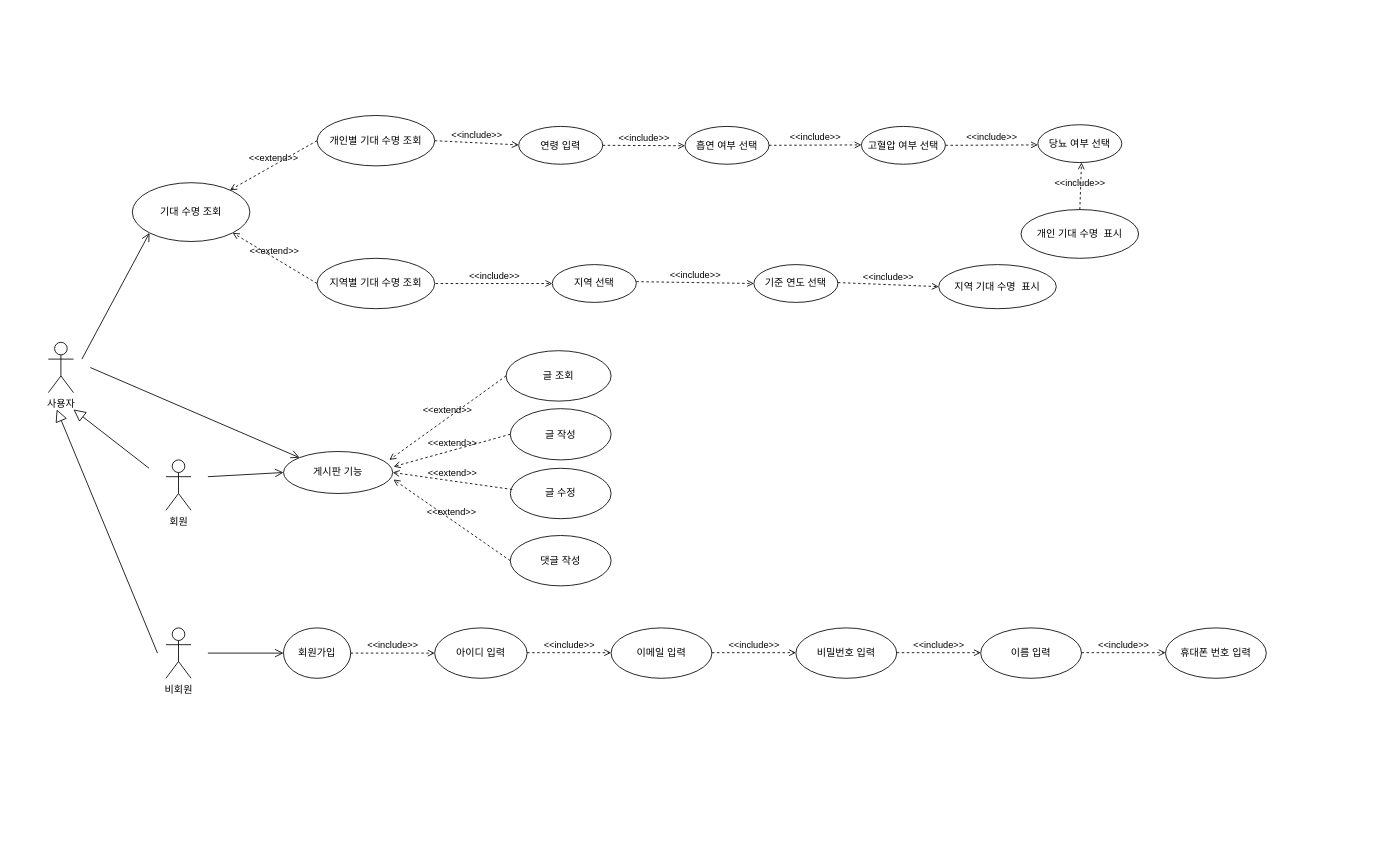
Before: project_1/6. 포트폴리오/Usecase Diagram/Usecase Diagram(Board 추가).drawio in p1p2p1/Project_DLT, a draw.io diagram. Source tidied: cells renumbered, new cells numbered last; positions are measured from the earlier drawing's top-left corner, leaving out a move shared by most shapes. Both pictures are drawn from the tidied source at 84%, with x=0, y=0 at pixel (48, 115).
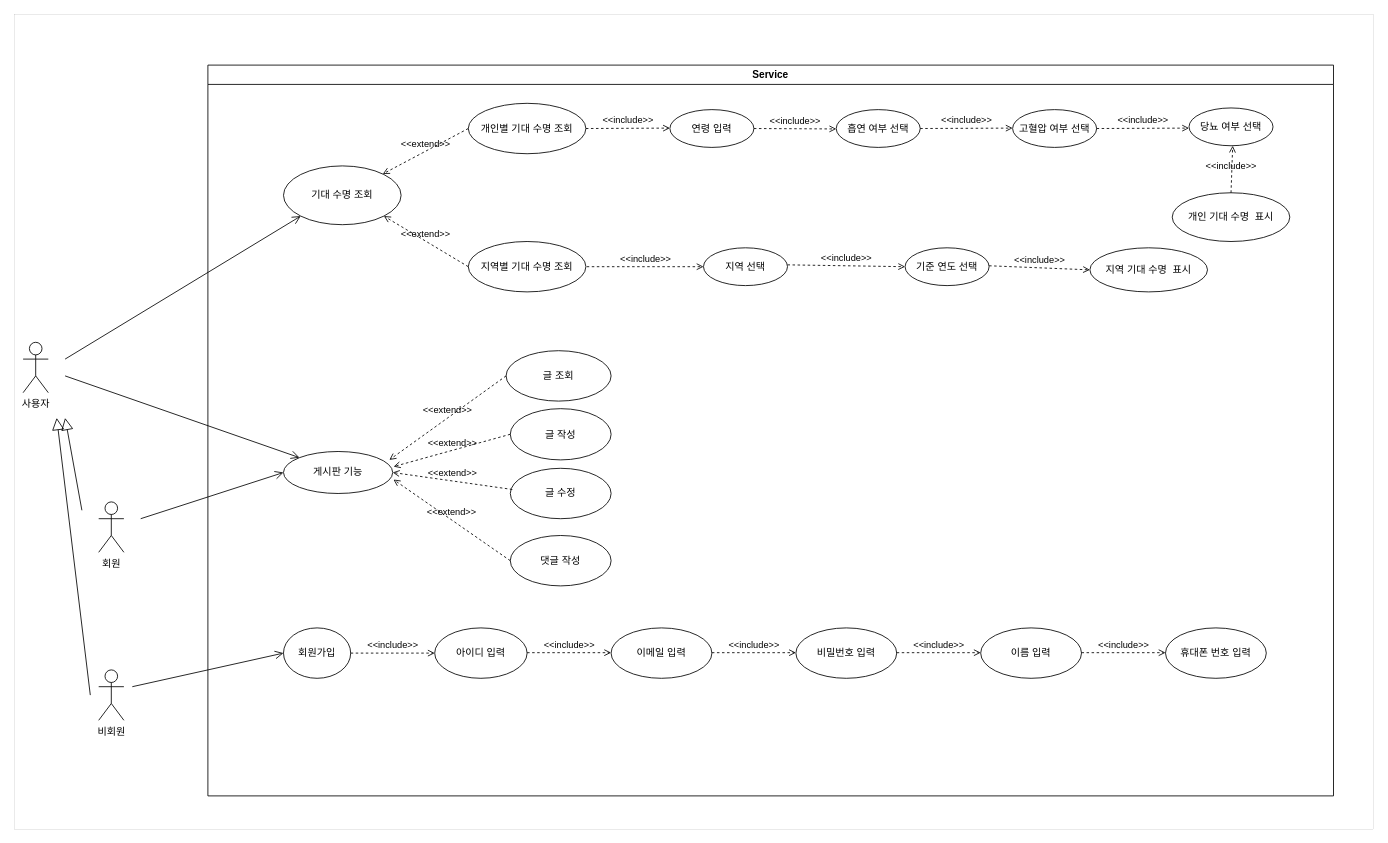
After the change.

Commit message (it also covers changes not shown here):
Usecase Diagram update

The change refers to these unchanged cells:
```xml
<mxCell id="29" value="회원가입" style="ellipse;whiteSpace=wrap;html=1;" parent="1" vertex="1">
  <mxGeometry x="280" y="610" width="80" height="60" as="geometry" />
</mxCell>
<mxCell id="31" value="게시판 기능" style="ellipse;whiteSpace=wrap;html=1;" parent="1" vertex="1">
  <mxGeometry x="280" y="400" width="130" height="50" as="geometry" />
</mxCell>
```

The edit, as a diff of the source:
```diff
@@
+    <mxCell id="52" style="rounded=0;whiteSpace=wrap;html=1;strokeWidth=0;" parent="1" vertex="1">
+      <mxGeometry x="-40" y="-120" width="1618" height="970" as="geometry" />
+    </mxCell>
+    <mxCell id="53" value="Service" style="swimlane;whiteSpace=wrap;html=1;" parent="1" vertex="1">
+      <mxGeometry x="190" y="-60" width="1340" height="870" as="geometry" />
+    </mxCell>
+    <mxCell id="7" value="개인별 기대 수명 조회" style="ellipse;whiteSpace=wrap;html=1;" parent="53" vertex="1">
+      <mxGeometry x="310" y="45.5" width="140" height="60" as="geometry" />
+    </mxCell>
     <mxCell id="2" value="사용자" style="shape=umlActor;verticalLabelPosition=bottom;verticalAlign=top;html=1;" parent="1" vertex="1">
-      <mxGeometry y="270" width="30" height="60" as="geometry" />
+      <mxGeometry x="-30" y="270" width="30" height="60" as="geometry" />
     </mxCell>
     <mxCell id="3" value="지역별 기대 수명 조회" style="ellipse;whiteSpace=wrap;html=1;" parent="1" vertex="1">
-      <mxGeometry x="320" y="170" width="140" height="60" as="geometry" />
+      <mxGeometry x="500" y="150" width="140" height="60" as="geometry" />
     </mxCell>
     <mxCell id="4" value="지역 선택" style="ellipse;whiteSpace=wrap;html=1;" parent="1" vertex="1">
-      <mxGeometry x="600" y="177.5" width="100" height="45" as="geometry" />
+      <mxGeometry x="780" y="157.5" width="100" height="45" as="geometry" />
     </mxCell>
     <mxCell id="5" value="&amp;lt;&amp;lt;include&amp;gt;&amp;gt;" style="html=1;verticalAlign=bottom;labelBackgroundColor=none;endArrow=open;endFill=0;dashed=1;rounded=0;entryX=0;entryY=0.5;entryDx=0;entryDy=0;" parent="1" edge="1" target="4">
       <mxGeometry relative="1" as="geometry">
-        <mxPoint x="461" y="200" as="sourcePoint" />
+        <mxPoint x="641" y="180" as="sourcePoint" />
       </mxGeometry>
     </mxCell>
     <mxCell id="6" value="기준 연도 선택" style="ellipse;whiteSpace=wrap;html=1;" parent="1" vertex="1">
-      <mxGeometry x="840" y="177.5" width="100" height="45" as="geometry" />
+      <mxGeometry x="1020" y="157.5" width="100" height="45" as="geometry" />
     </mxCell>
-    <mxCell id="7" value="개인별 기대 수명 조회" style="ellipse;whiteSpace=wrap;html=1;" parent="1" vertex="1">
-      <mxGeometry x="320" width="140" height="60" as="geometry" />
-    </mxCell>
     <mxCell id="8" value="&amp;lt;&amp;lt;include&amp;gt;&amp;gt;" style="html=1;verticalAlign=bottom;labelBackgroundColor=none;endArrow=open;endFill=0;dashed=1;rounded=0;exitX=1;exitY=0.5;exitDx=0;exitDy=0;" parent="1" edge="1" source="7">
       <mxGeometry relative="1" as="geometry">
-        <mxPoint x="560" y="35" as="targetPoint" />
+        <mxPoint x="740" y="15" as="targetPoint" />
       </mxGeometry>
     </mxCell>
     <mxCell id="9" value="연령 입력" style="ellipse;whiteSpace=wrap;html=1;" parent="1" vertex="1">
-      <mxGeometry x="560" y="13" width="100" height="45" as="geometry" />
+      <mxGeometry x="740" y="-7" width="100" height="45" as="geometry" />
     </mxCell>
     <mxCell id="10" value="&amp;lt;&amp;lt;include&amp;gt;&amp;gt;" style="html=1;verticalAlign=bottom;labelBackgroundColor=none;endArrow=open;endFill=0;dashed=1;rounded=0;exitX=1;exitY=0.5;exitDx=0;exitDy=0;" parent="1" edge="1" source="9">
       <mxGeometry relative="1" as="geometry">
-        <mxPoint x="758" y="36" as="targetPoint" />
+        <mxPoint x="938" y="16" as="targetPoint" />
       </mxGeometry>
     </mxCell>
     <mxCell id="11" value="흡연 여부 선택" style="ellipse;whiteSpace=wrap;html=1;" parent="1" vertex="1">
-      <mxGeometry x="758" y="13" width="100" height="45" as="geometry" />
+      <mxGeometry x="938" y="-7" width="100" height="45" as="geometry" />
     </mxCell>
     <mxCell id="12" value="&amp;lt;&amp;lt;include&amp;gt;&amp;gt;" style="html=1;verticalAlign=bottom;labelBackgroundColor=none;endArrow=open;endFill=0;dashed=1;rounded=0;exitX=1;exitY=0.5;exitDx=0;exitDy=0;" parent="1" edge="1" source="11">
       <mxGeometry relative="1" as="geometry">
-        <mxPoint x="968" y="35" as="targetPoint" />
+        <mxPoint x="1148" y="15" as="targetPoint" />
       </mxGeometry>
     </mxCell>
     <mxCell id="13" value="고혈압 여부 선택" style="ellipse;whiteSpace=wrap;html=1;" parent="1" vertex="1">
-      <mxGeometry x="968" y="13" width="100" height="45" as="geometry" />
+      <mxGeometry x="1148" y="-7" width="100" height="45" as="geometry" />
     </mxCell>
     <mxCell id="14" value="당뇨 여부 선택" style="ellipse;whiteSpace=wrap;html=1;" parent="1" vertex="1">
-      <mxGeometry x="1178" y="11" width="100" height="45" as="geometry" />
+      <mxGeometry x="1358" y="-9" width="100" height="45" as="geometry" />
     </mxCell>
     <mxCell id="15" style="endArrow=open;startArrow=none;endFill=0;startFill=0;endSize=8;html=1;verticalAlign=bottom;labelBackgroundColor=none;strokeWidth=1;rounded=0;entryX=0;entryY=1;entryDx=0;entryDy=0;" parent="1" edge="1" target="17">
       <mxGeometry relative="1" as="geometry">
-        <mxPoint x="40" y="290" as="sourcePoint" />
+        <mxPoint x="20" y="290" as="sourcePoint" />
       </mxGeometry>
     </mxCell>
     <mxCell id="16" value="&amp;lt;&amp;lt;include&amp;gt;&amp;gt;" style="html=1;verticalAlign=bottom;labelBackgroundColor=none;endArrow=open;endFill=0;dashed=1;rounded=0;exitX=1;exitY=0.5;exitDx=0;exitDy=0;" parent="1" edge="1">
       <mxGeometry relative="1" as="geometry">
-        <mxPoint x="1068" y="35.5" as="sourcePoint" />
-        <mxPoint x="1178" y="35" as="targetPoint" />
+        <mxPoint x="1248" y="15.5" as="sourcePoint" />
+        <mxPoint x="1358" y="15" as="targetPoint" />
       </mxGeometry>
     </mxCell>
     <mxCell id="17" value="기대 수명 조회" style="ellipse;whiteSpace=wrap;html=1;" parent="1" vertex="1">
-      <mxGeometry x="100" y="80" width="140" height="70" as="geometry" />
+      <mxGeometry x="280" y="60" width="140" height="70" as="geometry" />
     </mxCell>
@@
     <mxCell id="20" value="&amp;lt;&amp;lt;include&amp;gt;&amp;gt;" style="html=1;verticalAlign=bottom;labelBackgroundColor=none;endArrow=open;endFill=0;dashed=1;rounded=0;exitX=1.018;exitY=0.6;exitDx=0;exitDy=0;exitPerimeter=0;entryX=0;entryY=0.5;entryDx=0;entryDy=0;" parent="1" edge="1" target="6">
       <mxGeometry relative="1" as="geometry">
-        <mxPoint x="700" y="197.8" as="sourcePoint" />
+        <mxPoint x="880" y="177.8" as="sourcePoint" />
       </mxGeometry>
     </mxCell>
     <mxCell id="21" value="지역 기대 수명&amp;nbsp; 표시" style="ellipse;whiteSpace=wrap;html=1;" parent="1" vertex="1">
-      <mxGeometry x="1060" y="177.5" width="140" height="52.5" as="geometry" />
+      <mxGeometry x="1240" y="157.5" width="140" height="52.5" as="geometry" />
     </mxCell>
     <mxCell id="22" value="&amp;lt;&amp;lt;include&amp;gt;&amp;gt;" style="html=1;verticalAlign=bottom;labelBackgroundColor=none;endArrow=open;endFill=0;dashed=1;rounded=0;exitX=1.018;exitY=0.6;exitDx=0;exitDy=0;exitPerimeter=0;entryX=0;entryY=0.5;entryDx=0;entryDy=0;" parent="1" edge="1" target="21">
       <mxGeometry relative="1" as="geometry">
-        <mxPoint x="940" y="198.9" as="sourcePoint" />
+        <mxPoint x="1120" y="178.9" as="sourcePoint" />
       </mxGeometry>
     </mxCell>
     <mxCell id="23" value="개인 기대 수명&amp;nbsp; 표시" style="ellipse;whiteSpace=wrap;html=1;" parent="1" vertex="1">
-      <mxGeometry x="1158" y="112" width="140" height="58" as="geometry" />
+      <mxGeometry x="1338" y="92" width="140" height="58" as="geometry" />
     </mxCell>
     <mxCell id="24" value="&amp;lt;&amp;lt;include&amp;gt;&amp;gt;" style="html=1;verticalAlign=bottom;labelBackgroundColor=none;endArrow=open;endFill=0;dashed=1;rounded=0;exitX=0.5;exitY=0;exitDx=0;exitDy=0;" parent="1" edge="1" source="23">
       <mxGeometry x="-0.18" y="1" relative="1" as="geometry">
-        <mxPoint x="1230" y="56" as="targetPoint" />
+        <mxPoint x="1410" y="36" as="targetPoint" />
       </mxGeometry>
     </mxCell>
     <mxCell id="25" value="회원" style="shape=umlActor;verticalLabelPosition=bottom;verticalAlign=top;html=1;" parent="1" vertex="1">
-      <mxGeometry x="140" y="410" width="30" height="60" as="geometry" />
+      <mxGeometry x="60" y="460" width="30" height="60" as="geometry" />
     </mxCell>
     <mxCell id="26" value="비회원" style="shape=umlActor;verticalLabelPosition=bottom;verticalAlign=top;html=1;" parent="1" vertex="1">
-      <mxGeometry x="140" y="610" width="30" height="60" as="geometry" />
+      <mxGeometry x="60" y="660" width="30" height="60" as="geometry" />
     </mxCell>
     <mxCell id="27" style="edgeStyle=none;html=1;endSize=12;endArrow=block;endFill=0;rounded=0;" parent="1" edge="1">
       <mxGeometry relative="1" as="geometry">
-        <mxPoint x="120" y="420" as="sourcePoint" />
-        <mxPoint x="30" y="350" as="targetPoint" />
+        <mxPoint x="40" y="470" as="sourcePoint" />
+        <mxPoint x="20" y="360" as="targetPoint" />
       </mxGeometry>
     </mxCell>
     <mxCell id="28" style="edgeStyle=none;html=1;endSize=12;endArrow=block;endFill=0;rounded=0;" parent="1" edge="1">
       <mxGeometry relative="1" as="geometry">
-        <mxPoint x="130" y="640" as="sourcePoint" />
-        <mxPoint x="10" y="350" as="targetPoint" />
+        <mxPoint x="50" y="690" as="sourcePoint" />
+        <mxPoint x="10" y="360" as="targetPoint" />
       </mxGeometry>
     </mxCell>
@@
     <mxCell id="30" style="endArrow=open;startArrow=none;endFill=0;startFill=0;endSize=8;html=1;verticalAlign=bottom;labelBackgroundColor=none;strokeWidth=1;rounded=0;entryX=0;entryY=0.5;entryDx=0;entryDy=0;" parent="1" edge="1" target="29">
       <mxGeometry relative="1" as="geometry">
-        <mxPoint x="190" y="640" as="sourcePoint" />
+        <mxPoint x="100" y="680" as="sourcePoint" />
       </mxGeometry>
     </mxCell>
@@
     <mxCell id="32" style="endArrow=open;startArrow=none;endFill=0;startFill=0;endSize=8;html=1;verticalAlign=bottom;labelBackgroundColor=none;strokeWidth=1;rounded=0;entryX=0;entryY=0.5;entryDx=0;entryDy=0;" parent="1" edge="1" target="31">
       <mxGeometry relative="1" as="geometry">
-        <mxPoint x="190" y="430" as="sourcePoint" />
+        <mxPoint x="110" y="480" as="sourcePoint" />
       </mxGeometry>
     </mxCell>
@@
     <mxCell id="46" style="endArrow=open;startArrow=none;endFill=0;startFill=0;endSize=8;html=1;verticalAlign=bottom;labelBackgroundColor=none;strokeWidth=1;rounded=0;entryX=0;entryY=0;entryDx=0;entryDy=0;" parent="1" edge="1" target="31">
       <mxGeometry relative="1" as="geometry">
-        <mxPoint x="50" y="300" as="sourcePoint" />
+        <mxPoint x="20" y="310" as="sourcePoint" />
       </mxGeometry>
     </mxCell>
```
